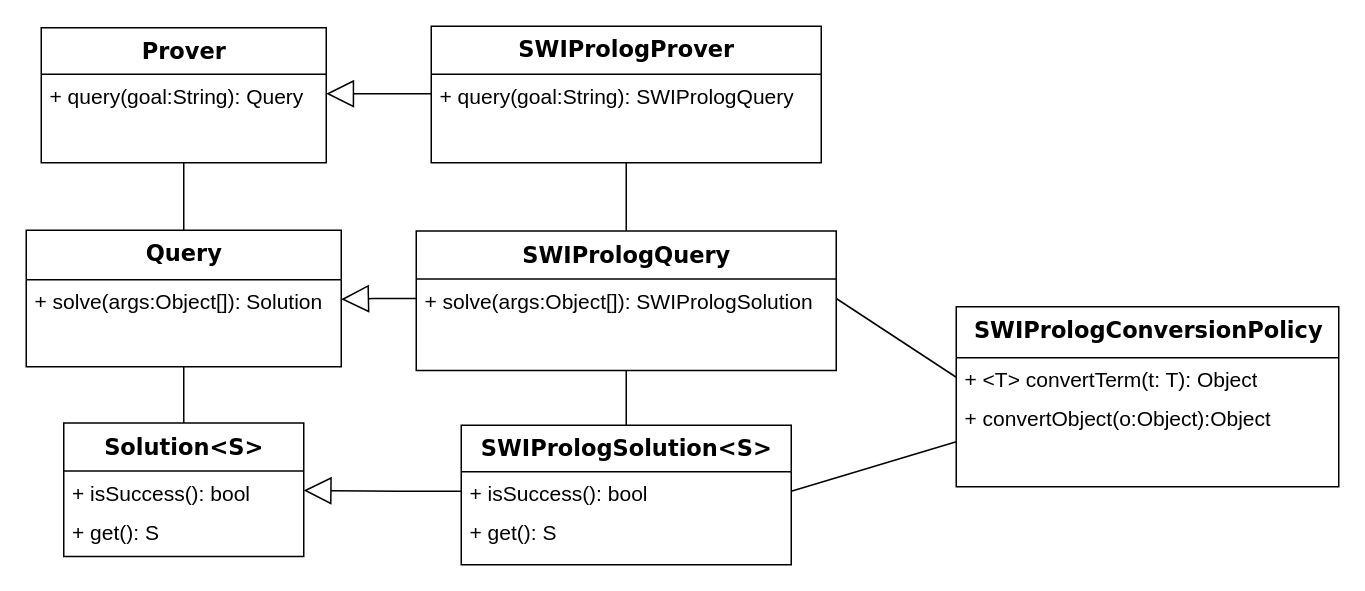
FluidTrust/Palladio-Supporting-Prolog4J keeps this draw.io diagram as praesentation/diagrams/Untitled Diagram1.drawio. Above is the earlier version. Source tidied: cells renumbered, new cells numbered last; positions are measured from the earlier drawing's top-left corner, leaving out a move shared by most shapes. Both pictures are drawn from the tidied source at 150%, with x=0, y=0 at pixel (26, 26).
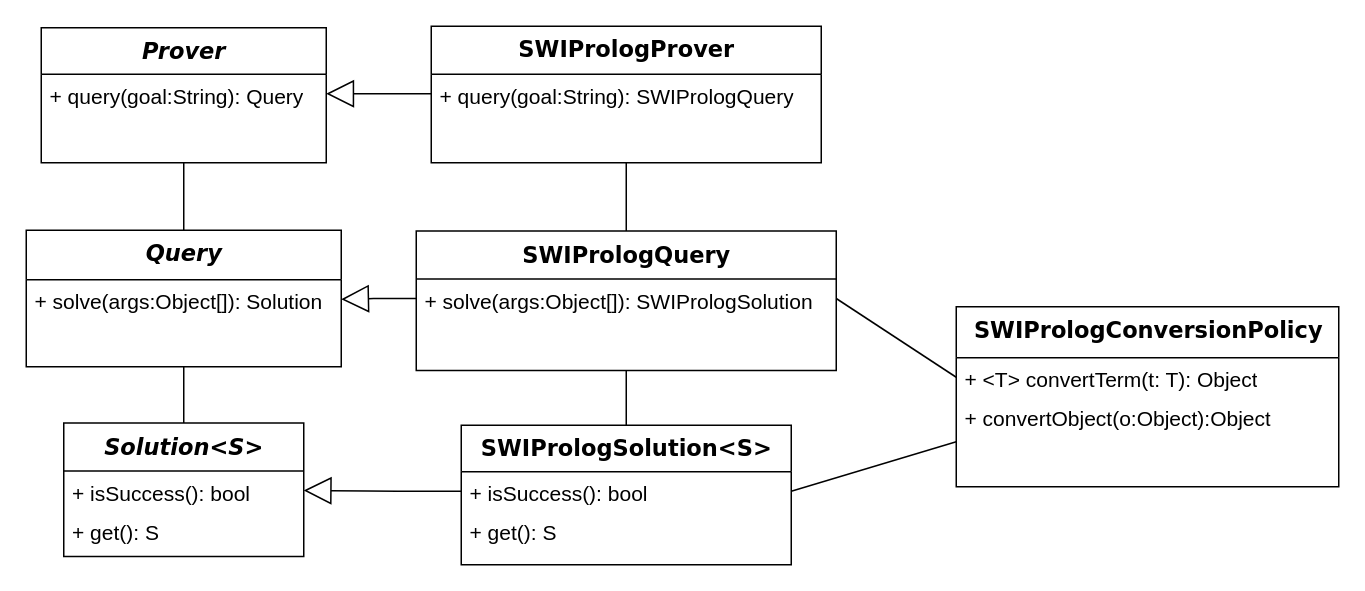
The same diagram, later.

Diff of the diagram source:
```diff
@@
-    <mxCell id="2" value="&lt;font style=&quot;font-size: 15px&quot;&gt;Prover&lt;/font&gt;" style="swimlane;html=1;fontStyle=1;align=center;verticalAlign=top;horizontal=1;startSize=31;swimlaneFillColor=#ffffff;rounded=0;shadow=0;comic=0;labelBackgroundColor=none;strokeColor=#000000;strokeWidth=1;fillColor=none;fontFamily=Verdana;fontSize=12;fontColor=#000000;" parent="1" vertex="1">
+    <mxCell id="2" value="&lt;i&gt;&lt;font style=&quot;font-size: 15px&quot;&gt;Prover&lt;/font&gt;&lt;/i&gt;" style="swimlane;html=1;fontStyle=1;align=center;verticalAlign=top;horizontal=1;startSize=31;swimlaneFillColor=#ffffff;rounded=0;shadow=0;comic=0;labelBackgroundColor=none;strokeColor=#000000;strokeWidth=1;fillColor=none;fontFamily=Verdana;fontSize=12;fontColor=#000000;" parent="1" vertex="1">
       <mxGeometry x="10" y="1" width="190" height="90" as="geometry" />
     </mxCell>
@@
-    <mxCell id="7" value="&lt;font style=&quot;font-size: 15px&quot;&gt;Query&lt;/font&gt;" style="swimlane;html=1;fontStyle=1;align=center;verticalAlign=top;horizontal=1;startSize=33;swimlaneFillColor=#ffffff;rounded=0;shadow=0;comic=0;labelBackgroundColor=none;strokeColor=#000000;strokeWidth=1;fillColor=none;fontFamily=Verdana;fontSize=12;fontColor=#000000;" parent="1" vertex="1">
+    <mxCell id="7" value="&lt;i&gt;&lt;font style=&quot;font-size: 15px&quot;&gt;Query&lt;/font&gt;&lt;/i&gt;" style="swimlane;html=1;fontStyle=1;align=center;verticalAlign=top;horizontal=1;startSize=33;swimlaneFillColor=#ffffff;rounded=0;shadow=0;comic=0;labelBackgroundColor=none;strokeColor=#000000;strokeWidth=1;fillColor=none;fontFamily=Verdana;fontSize=12;fontColor=#000000;" parent="1" vertex="1">
       <mxGeometry y="136" width="210" height="91" as="geometry" />
     </mxCell>
@@
-    <mxCell id="11" value="&lt;font style=&quot;font-size: 15px&quot;&gt;Solution&amp;lt;S&amp;gt;&lt;/font&gt;" style="swimlane;html=1;fontStyle=1;align=center;verticalAlign=top;horizontal=1;startSize=32;swimlaneFillColor=#ffffff;rounded=0;shadow=0;comic=0;labelBackgroundColor=none;strokeColor=#000000;strokeWidth=1;fillColor=none;fontFamily=Verdana;fontSize=12;fontColor=#000000;" parent="1" vertex="1">
+    <mxCell id="11" value="&lt;i&gt;&lt;font style=&quot;font-size: 15px&quot;&gt;Solution&amp;lt;S&amp;gt;&lt;/font&gt;&lt;/i&gt;" style="swimlane;html=1;fontStyle=1;align=center;verticalAlign=top;horizontal=1;startSize=32;swimlaneFillColor=#ffffff;rounded=0;shadow=0;comic=0;labelBackgroundColor=none;strokeColor=#000000;strokeWidth=1;fillColor=none;fontFamily=Verdana;fontSize=12;fontColor=#000000;" parent="1" vertex="1">
       <mxGeometry x="25" y="264.5" width="160" height="89" as="geometry" />
     </mxCell>
```
